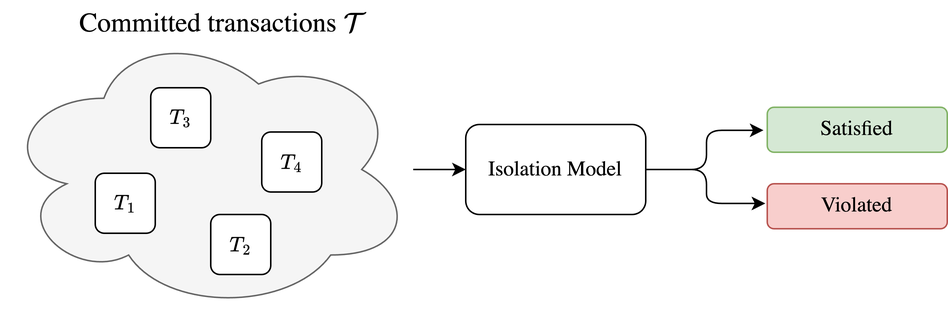
This is assets/diagrams/txn-isolation/txnvis1-CommittedTxns.drawio.png from will62794/will62794.github.io, a draw.io export, as it was before one commit. Source tidied: cells renumbered, new cells last; positions are measured from the earlier drawing's top-left corner, leaving out a move shared by most shapes.
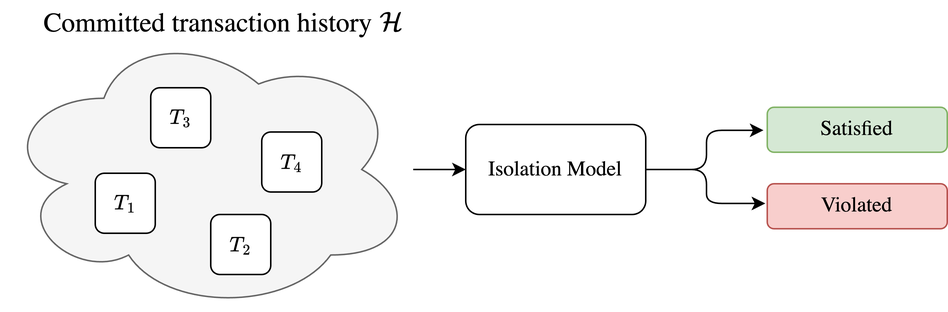
After the commit.

The edit, as a diff of the source:
```diff
@@ -23,7 +23,7 @@
     <mxCell id="8" value="Violated" style="rounded=1;whiteSpace=wrap;html=1;fillColor=#f8cecc;strokeColor=#b85450;fontFamily=Lucida Console;fontSize=14;" parent="1" vertex="1">
       <mxGeometry x="511" y="122" width="120" height="30" as="geometry" />
     </mxCell>
-    <mxCell id="9" value="Committed transactions \(\mathcal{T}\)" style="text;html=1;align=center;verticalAlign=middle;whiteSpace=wrap;rounded=0;fontSize=18;fontFamily=Lucida Console;" parent="1" vertex="1">
+    <mxCell id="9" value="Committed transaction history \(\mathcal{H}\)" style="text;html=1;align=center;verticalAlign=middle;whiteSpace=wrap;rounded=0;fontSize=18;fontFamily=Lucida Console;" parent="1" vertex="1">
       <mxGeometry x="20.5" width="254.5" height="30" as="geometry" />
     </mxCell>
     <mxCell id="10" value="$$T_3$$" style="rounded=1;whiteSpace=wrap;html=1;" parent="1" vertex="1">
```
